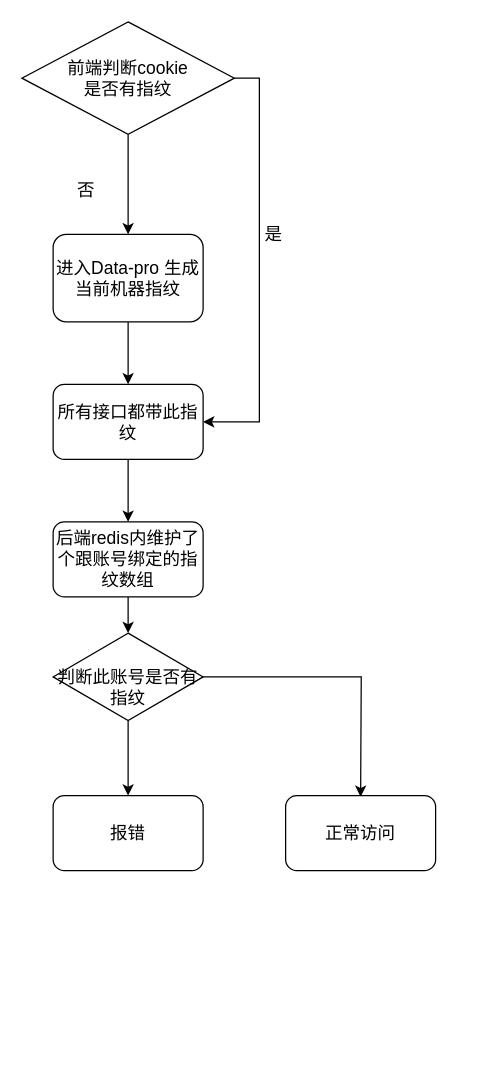
Above: page "Page-1" (1 of 2) of 后端流程.drawio in kitions/DrawIO (draw.io), before the change. Source tidied: cells renumbered, new cells numbered last; positions are measured from the earlier drawing's top-left corner, leaving out a move shared by most shapes. Both pictures are drawn from the tidied source at 125%, with x=0, y=0 at pixel (21, 21).
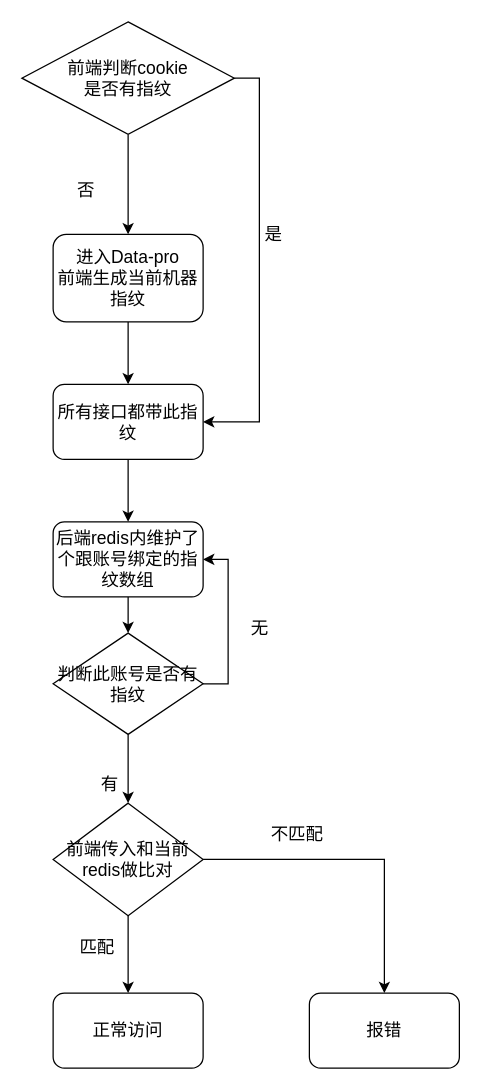
Above is the later version.

Commit message:
更新后端流程.drawio

Unchanged cells that the change refers to:
```xml
<mxCell id="15" value="后端redis内维护了个跟账号绑定的指纹数组" style="rounded=1;whiteSpace=wrap;html=1;fontSize=14;" parent="1" vertex="1">
  <mxGeometry x="25" y="400" width="120" height="60" as="geometry" />
</mxCell>
```

Change to the diagram source:
```diff
@@
-    <mxCell id="3" value="进入Data-pro 生成当前机器指纹" style="rounded=1;whiteSpace=wrap;html=1;fontSize=14;glass=0;strokeWidth=1;shadow=0;" parent="1" vertex="1">
+    <mxCell id="3" value="进入Data-pro &lt;br&gt;前端生成当前机器指纹" style="rounded=1;whiteSpace=wrap;html=1;fontSize=14;glass=0;strokeWidth=1;shadow=0;" parent="1" vertex="1">
       <mxGeometry x="25" y="170" width="120" height="70" as="geometry" />
     </mxCell>
@@
-    <mxCell id="10" style="edgeStyle=orthogonalEdgeStyle;rounded=0;jettySize=auto;html=1;fontSize=14;" parent="1" edge="1" source="12" target="13">
-      <mxGeometry relative="1" as="geometry" />
-    </mxCell>
-    <mxCell id="11" style="edgeStyle=orthogonalEdgeStyle;rounded=0;jettySize=auto;html=1;exitX=1;exitY=0.5;exitDx=0;exitDy=0;fontSize=14;" parent="1" edge="1" source="12">
-      <mxGeometry relative="1" as="geometry">
-        <mxPoint x="271" y="620" as="targetPoint" />
-      </mxGeometry>
-    </mxCell>
+    <mxCell id="18" style="edgeStyle=orthogonalEdgeStyle;rounded=0;jettySize=auto;html=1;fontSize=14;" parent="1" edge="1" source="12" target="22">
+      <mxGeometry relative="1" as="geometry" />
+    </mxCell>
+    <mxCell id="19" style="edgeStyle=orthogonalEdgeStyle;rounded=0;jettySize=auto;html=1;exitX=1;exitY=0.5;exitDx=0;exitDy=0;entryX=1;entryY=0.5;entryDx=0;entryDy=0;fontSize=14;" parent="1" edge="1" source="12" target="15">
+      <mxGeometry relative="1" as="geometry" />
+    </mxCell>
-    <mxCell id="12" value="&lt;br style=&quot;font-size: 14px;&quot;&gt;判断此账号是否有指纹" style="rhombus;whiteSpace=wrap;html=1;fontSize=14;" parent="1" vertex="1">
-      <mxGeometry x="25" y="489" width="120" height="70" as="geometry" />
+    <mxCell id="12" value="判断此账号是否有指纹" style="rhombus;whiteSpace=wrap;html=1;fontSize=14;" parent="1" vertex="1">
+      <mxGeometry x="25" y="489" width="120" height="81" as="geometry" />
     </mxCell>
-    <mxCell id="13" value="报错" style="rounded=1;whiteSpace=wrap;html=1;fontSize=14;" parent="1" vertex="1">
-      <mxGeometry x="25" y="619" width="120" height="60" as="geometry" />
-    </mxCell>
@@
+    <mxCell id="17" value="是" style="text;html=1;align=center;verticalAlign=middle;strokeColor=none;fillColor=none;fontSize=14;" parent="1" vertex="1">
+      <mxGeometry x="181" y="155" width="40" height="30" as="geometry" />
+    </mxCell>
+    <mxCell id="20" style="edgeStyle=orthogonalEdgeStyle;rounded=0;jettySize=auto;html=1;fontSize=14;" parent="1" edge="1" source="22" target="16">
+      <mxGeometry relative="1" as="geometry" />
+    </mxCell>
+    <mxCell id="21" style="edgeStyle=orthogonalEdgeStyle;rounded=0;jettySize=auto;html=1;exitX=1;exitY=0.5;exitDx=0;exitDy=0;fontSize=14;" parent="1" edge="1" source="22" target="13">
+      <mxGeometry relative="1" as="geometry" />
+    </mxCell>
+    <mxCell id="22" value="前端传入和当前redis做比对" style="rhombus;whiteSpace=wrap;html=1;fontSize=14;" parent="1" vertex="1">
+      <mxGeometry x="25" y="625" width="120" height="90" as="geometry" />
+    </mxCell>
+    <mxCell id="23" value="有" style="text;html=1;align=center;verticalAlign=middle;strokeColor=none;fillColor=none;fontSize=14;" parent="1" vertex="1">
+      <mxGeometry x="50" y="595" width="40" height="30" as="geometry" />
+    </mxCell>
+    <mxCell id="24" value="无" style="text;html=1;align=center;verticalAlign=middle;strokeColor=none;fillColor=none;fontSize=14;" parent="1" vertex="1">
+      <mxGeometry x="170" y="470" width="40" height="30" as="geometry" />
+    </mxCell>
     <mxCell id="16" value="正常访问" style="rounded=1;whiteSpace=wrap;html=1;fontSize=14;" parent="1" vertex="1">
-      <mxGeometry x="211" y="619" width="120" height="60" as="geometry" />
+      <mxGeometry x="25" y="777" width="120" height="60" as="geometry" />
     </mxCell>
-    <mxCell id="17" value="是" style="text;html=1;align=center;verticalAlign=middle;strokeColor=none;fillColor=none;fontSize=14;" parent="1" vertex="1">
-      <mxGeometry x="181" y="155" width="40" height="30" as="geometry" />
-    </mxCell>
+    <mxCell id="25" value="匹配" style="text;html=1;align=center;verticalAlign=middle;strokeColor=none;fillColor=none;fontSize=14;" parent="1" vertex="1">
+      <mxGeometry x="35" y="725" width="50" height="30" as="geometry" />
+    </mxCell>
+    <mxCell id="13" value="报错" style="rounded=1;whiteSpace=wrap;html=1;fontSize=14;" parent="1" vertex="1">
+      <mxGeometry x="230" y="777" width="120" height="60" as="geometry" />
+    </mxCell>
+    <mxCell id="26" value="不匹配" style="text;html=1;align=center;verticalAlign=middle;strokeColor=none;fillColor=none;fontSize=14;" parent="1" vertex="1">
+      <mxGeometry x="185" y="635" width="70" height="30" as="geometry" />
+    </mxCell>
```
